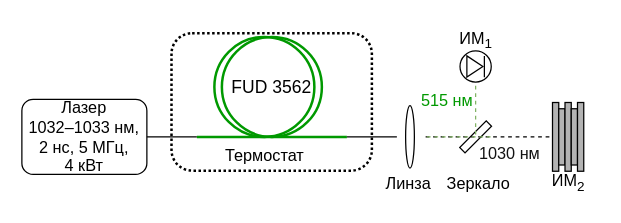
Before: Presentation/images/scheme.drawio in 3dsoundfromtagan/Russian-Phd-LaTeX-Dissertation-Template, a draw.io diagram. Source tidied: cells renumbered, new cells numbered last; positions are measured from the earlier drawing's top-left corner, leaving out a move shared by most shapes. Both pictures are drawn from the tidied source at 125%, with x=0, y=0 at pixel (21, 21).
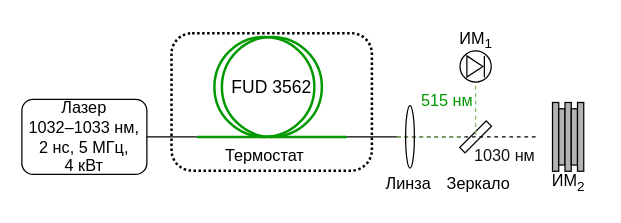
The same diagram, later.

Change to the diagram source:
```diff
@@
-    <mxCell id="10" style="ellipse;whiteSpace=wrap;html=1;verticalAlign=middle;" parent="1" vertex="1">
-      <mxGeometry x="307" y="67" width="7" height="50" as="geometry" />
-    </mxCell>
@@
     <mxCell id="12" style="endArrow=none;html=1;rounded=0;exitX=1;exitY=0.5;exitDx=0;exitDy=0;dashed=1;entryX=0;entryY=0.5;entryDx=0;entryDy=0;" parent="1" edge="1">
       <mxGeometry relative="1" as="geometry">
-        <mxPoint x="323" y="92" as="sourcePoint" />
-        <mxPoint x="436.5" y="92" as="targetPoint" />
+        <mxPoint x="300" y="92" as="sourcePoint" />
+        <mxPoint x="413.5" y="92" as="targetPoint" />
       </mxGeometry>
     </mxCell>
@@
     <mxCell id="20" style="endArrow=none;html=1;rounded=0;exitX=1;exitY=0.5;exitDx=0;exitDy=0;dashed=1;fillColor=#d5e8d4;strokeColor=#82b366;" parent="1" edge="1">
       <mxGeometry relative="1" as="geometry">
-        <mxPoint x="324" y="91.9" as="sourcePoint" />
-        <mxPoint x="377" y="92" as="targetPoint" />
+        <mxPoint x="300" y="91.9" as="sourcePoint" />
+        <mxPoint x="353" y="92" as="targetPoint" />
       </mxGeometry>
     </mxCell>
@@
     <mxCell id="33" value="&lt;font style=&quot;color: rgb(18, 18, 18);&quot;&gt;1030 нм&lt;/font&gt;" style="text;html=1;align=center;verticalAlign=middle;strokeColor=none;fillColor=none;fontSize=13;" parent="1" vertex="1">
-      <mxGeometry x="354.5" y="89.5" width="70" height="30" as="geometry" />
+      <mxGeometry x="350.5" y="92" width="70" height="30" as="geometry" />
     </mxCell>
+    <mxCell id="10" style="ellipse;whiteSpace=wrap;html=1;verticalAlign=middle;fillColor=none;" parent="1" vertex="1">
+      <mxGeometry x="307" y="67" width="7" height="50" as="geometry" />
+    </mxCell>
```
